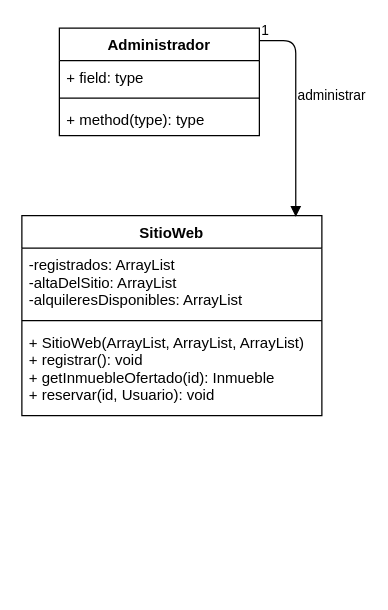
This is Untitled Diagram.drawio from lucianosantoleri/Obj2-UNQ-Santoleri, a draw.io file, before an edit. Source tidied: cells renumbered, new cells numbered last; positions are measured from the earlier drawing's top-left corner, leaving out a move shared by most shapes. Both pictures are drawn from the tidied source at 125%, with x=0, y=0 at pixel (21, 28).
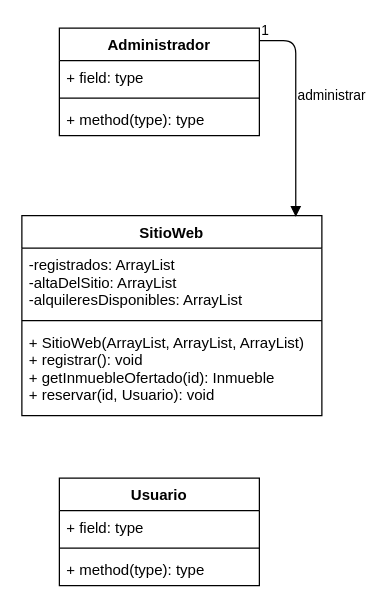
The same diagram, later.

The edit, as a diff of the source:
```diff
@@
 <mxGraphModel>
   <root>
     <mxCell id="0" />
     <mxCell id="1" parent="0" />
     <mxCell id="2" value="SitioWeb" style="swimlane;fontStyle=1;align=center;verticalAlign=top;horizontal=1;startSize=26;" parent="1" vertex="1">
       <mxGeometry y="150" width="240" height="160" as="geometry" />
     </mxCell>
     <mxCell id="3" value="-registrados: ArrayList&#10;-altaDelSitio: ArrayList&#10;-alquileresDisponibles: ArrayList" style="text;strokeColor=none;fillColor=none;align=left;verticalAlign=top;spacingLeft=4;spacingRight=4;overflow=hidden;" parent="2" vertex="1">
       <mxGeometry y="26" width="240" height="54" as="geometry" />
     </mxCell>
     <mxCell id="4" style="line;strokeWidth=1;fillColor=none;align=left;verticalAlign=middle;spacingTop=-1;spacingLeft=3;spacingRight=3;labelPosition=right;" parent="2" vertex="1">
       <mxGeometry y="80" width="240" height="8" as="geometry" />
     </mxCell>
     <mxCell id="5" value="+ SitioWeb(ArrayList, ArrayList, ArrayList)&#10;+ registrar(): void&#10;+ getInmuebleOfertado(id): Inmueble&#10;+ reservar(id, Usuario): void&#10;" style="text;strokeColor=none;fillColor=none;align=left;verticalAlign=top;spacingLeft=4;spacingRight=4;overflow=hidden;" parent="2" vertex="1">
       <mxGeometry y="88" width="240" height="72" as="geometry" />
     </mxCell>
     <mxCell id="6" value="Administrador" style="swimlane;fontStyle=1;align=center;verticalAlign=top;horizontal=1;startSize=26;" parent="1" vertex="1">
       <mxGeometry x="30" width="160" height="86" as="geometry" />
     </mxCell>
     <mxCell id="7" value="+ field: type" style="text;strokeColor=none;fillColor=none;align=left;verticalAlign=top;spacingLeft=4;spacingRight=4;overflow=hidden;" parent="6" vertex="1">
       <mxGeometry y="26" width="160" height="26" as="geometry" />
     </mxCell>
     <mxCell id="8" style="line;strokeWidth=1;fillColor=none;align=left;verticalAlign=middle;spacingTop=-1;spacingLeft=3;spacingRight=3;labelPosition=right;" parent="6" vertex="1">
       <mxGeometry y="52" width="160" height="8" as="geometry" />
     </mxCell>
     <mxCell id="9" value="+ method(type): type" style="text;strokeColor=none;fillColor=none;align=left;verticalAlign=top;spacingLeft=4;spacingRight=4;overflow=hidden;" parent="6" vertex="1">
       <mxGeometry y="60" width="160" height="26" as="geometry" />
     </mxCell>
     <mxCell id="10" value="administrar" style="endArrow=block;endFill=1;html=1;edgeStyle=orthogonalEdgeStyle;align=left;verticalAlign=top;entryX=0.913;entryY=0.006;entryDx=0;entryDy=0;entryPerimeter=0;" parent="1" edge="1" target="2">
       <mxGeometry x="-0.3" relative="1" as="geometry">
         <mxPoint x="190" y="10" as="sourcePoint" />
         <Array as="points">
           <mxPoint x="219" y="10" />
         </Array>
       </mxGeometry>
     </mxCell>
     <mxCell id="11" value="1" style="edgeLabel;html=1;align=left;verticalAlign=bottom;" parent="10" vertex="1">
       <mxGeometry x="-1" relative="1" as="geometry" />
     </mxCell>
+    <mxCell id="12" value="Usuario" style="swimlane;fontStyle=1;align=center;verticalAlign=top;horizontal=1;startSize=26;" parent="1" vertex="1">
+      <mxGeometry x="30" y="360" width="160" height="86" as="geometry" />
+    </mxCell>
+    <mxCell id="13" value="+ field: type" style="text;strokeColor=none;fillColor=none;align=left;verticalAlign=top;spacingLeft=4;spacingRight=4;overflow=hidden;" parent="12" vertex="1">
+      <mxGeometry y="26" width="160" height="26" as="geometry" />
+    </mxCell>
+    <mxCell id="14" style="line;strokeWidth=1;fillColor=none;align=left;verticalAlign=middle;spacingTop=-1;spacingLeft=3;spacingRight=3;labelPosition=right;" parent="12" vertex="1">
+      <mxGeometry y="52" width="160" height="8" as="geometry" />
+    </mxCell>
+    <mxCell id="15" value="+ method(type): type" style="text;strokeColor=none;fillColor=none;align=left;verticalAlign=top;spacingLeft=4;spacingRight=4;overflow=hidden;" parent="12" vertex="1">
+      <mxGeometry y="60" width="160" height="26" as="geometry" />
+    </mxCell>
   </root>
 </mxGraphModel>
```
